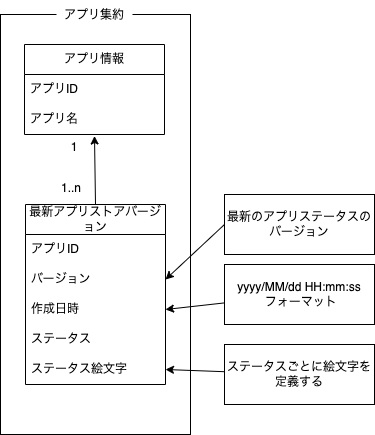
This is docs/domain_modeling.drawio.png from kamimi01/iOSAppReviewStatusCheckerGCP, a draw.io export, as it was before one commit. Source tidied: cells renumbered, new cells last; positions are measured from the earlier drawing's top-left corner, leaving out a move shared by most shapes. Its diagram source:
```xml
<mxGraphModel background="#ffffff">
  <root>
    <mxCell id="0" />
    <mxCell id="1" parent="0" />
    <mxCell id="2" style="rounded=0;whiteSpace=wrap;html=1;fillColor=default;" parent="1" vertex="1">
      <mxGeometry y="14" width="190" height="420" as="geometry" />
    </mxCell>
    <mxCell id="3" value="アプリ情報" style="swimlane;fontStyle=0;horizontal=1;startSize=30;whiteSpace=wrap;html=1;fillColor=default;" parent="1" vertex="1">
      <mxGeometry x="24" y="44" width="140" height="90" as="geometry" />
    </mxCell>
    <mxCell id="4" value="アプリID" style="text;strokeColor=none;fillColor=none;align=left;verticalAlign=middle;spacingLeft=4;spacingRight=4;overflow=hidden;whiteSpace=wrap;html=1;" parent="3" vertex="1">
      <mxGeometry y="30" width="140" height="30" as="geometry" />
    </mxCell>
    <mxCell id="5" value="アプリ名" style="text;strokeColor=none;fillColor=none;align=left;verticalAlign=middle;spacingLeft=4;spacingRight=4;overflow=hidden;points=[[0,0.5],[1,0.5]];portConstraint=eastwest;whiteSpace=wrap;html=1;" parent="3" vertex="1">
      <mxGeometry y="60" width="140" height="30" as="geometry" />
    </mxCell>
    <mxCell id="6" style="edgeStyle=none;html=1;entryX=1;entryY=0.5;entryDx=0;entryDy=0;" parent="1" edge="1" source="8">
      <mxGeometry relative="1" as="geometry" />
    </mxCell>
    <mxCell id="7" style="edgeStyle=none;html=1;entryX=1;entryY=0.5;entryDx=0;entryDy=0;" parent="1" edge="1" source="8" target="17">
      <mxGeometry relative="1" as="geometry" />
    </mxCell>
    <mxCell id="8" value="yyyy/MM/dd HH:mm:ss&lt;br&gt;&amp;nbsp;フォーマット" style="rounded=0;whiteSpace=wrap;html=1;fillColor=default;" parent="1" vertex="1">
      <mxGeometry x="224" y="264" width="150" height="60" as="geometry" />
    </mxCell>
    <mxCell id="9" style="edgeStyle=none;html=1;entryX=1;entryY=0.5;entryDx=0;entryDy=0;" parent="1" edge="1" source="11">
      <mxGeometry relative="1" as="geometry" />
    </mxCell>
    <mxCell id="10" style="edgeStyle=none;html=1;entryX=1;entryY=0.5;entryDx=0;entryDy=0;" parent="1" edge="1" source="11" target="19">
      <mxGeometry relative="1" as="geometry" />
    </mxCell>
    <mxCell id="11" value="ステータスごとに絵文字を&lt;br&gt;定義する" style="rounded=0;whiteSpace=wrap;html=1;fillColor=default;" parent="1" vertex="1">
      <mxGeometry x="224" y="344" width="150" height="60" as="geometry" />
    </mxCell>
    <mxCell id="12" value="アプリ集約" style="text;html=1;strokeColor=none;fillColor=default;align=center;verticalAlign=middle;whiteSpace=wrap;rounded=0;" parent="1" vertex="1">
      <mxGeometry x="56" width="76" height="30" as="geometry" />
    </mxCell>
    <mxCell id="13" style="edgeStyle=none;html=1;exitX=0.5;exitY=0;exitDx=0;exitDy=0;entryX=0.5;entryY=1.05;entryDx=0;entryDy=0;entryPerimeter=0;" parent="1" edge="1" source="14" target="5">
      <mxGeometry relative="1" as="geometry" />
    </mxCell>
    <mxCell id="14" value="最新アプリストアバージョン" style="swimlane;fontStyle=0;horizontal=1;startSize=30;whiteSpace=wrap;html=1;fillColor=default;" parent="1" vertex="1">
      <mxGeometry x="25" y="204" width="140" height="180" as="geometry" />
    </mxCell>
    <mxCell id="15" value="アプリID" style="text;strokeColor=none;fillColor=none;align=left;verticalAlign=middle;spacingLeft=4;spacingRight=4;overflow=hidden;whiteSpace=wrap;html=1;" parent="14" vertex="1">
      <mxGeometry y="30" width="140" height="30" as="geometry" />
    </mxCell>
    <mxCell id="16" value="バージョン" style="text;strokeColor=none;fillColor=none;align=left;verticalAlign=middle;spacingLeft=4;spacingRight=4;overflow=hidden;points=[[0,0.5],[1,0.5]];portConstraint=eastwest;whiteSpace=wrap;html=1;" parent="14" vertex="1">
      <mxGeometry y="60" width="140" height="30" as="geometry" />
    </mxCell>
    <mxCell id="17" value="作成日時" style="text;strokeColor=none;fillColor=none;align=left;verticalAlign=middle;spacingLeft=4;spacingRight=4;overflow=hidden;points=[[0,0.5],[1,0.5]];portConstraint=eastwest;whiteSpace=wrap;html=1;" parent="14" vertex="1">
      <mxGeometry y="90" width="140" height="30" as="geometry" />
    </mxCell>
    <mxCell id="18" value="ステータス" style="text;strokeColor=none;fillColor=none;align=left;verticalAlign=middle;spacingLeft=4;spacingRight=4;overflow=hidden;whiteSpace=wrap;html=1;" parent="14" vertex="1">
      <mxGeometry y="120" width="140" height="30" as="geometry" />
    </mxCell>
    <mxCell id="19" value="ステータス絵文字" style="text;strokeColor=none;fillColor=none;align=left;verticalAlign=middle;spacingLeft=4;spacingRight=4;overflow=hidden;points=[[0,0.5],[1,0.5]];portConstraint=eastwest;whiteSpace=wrap;html=1;" parent="14" vertex="1">
      <mxGeometry y="150" width="140" height="30" as="geometry" />
    </mxCell>
    <mxCell id="20" value="1&lt;br&gt;" style="text;html=1;strokeColor=none;fillColor=none;align=center;verticalAlign=middle;whiteSpace=wrap;rounded=0;" parent="1" vertex="1">
      <mxGeometry x="56" y="137" width="36" height="20" as="geometry" />
    </mxCell>
    <mxCell id="21" value="1..n" style="text;html=1;strokeColor=none;fillColor=none;align=center;verticalAlign=middle;whiteSpace=wrap;rounded=0;" parent="1" vertex="1">
      <mxGeometry x="50" y="178" width="42" height="20" as="geometry" />
    </mxCell>
    <mxCell id="22" style="edgeStyle=none;html=1;exitX=0;exitY=0.5;exitDx=0;exitDy=0;entryX=1;entryY=0.5;entryDx=0;entryDy=0;" parent="1" edge="1" source="23" target="16">
      <mxGeometry relative="1" as="geometry" />
    </mxCell>
    <mxCell id="23" value="最新のアプリステータスのバージョン" style="rounded=0;whiteSpace=wrap;html=1;fillColor=default;" parent="1" vertex="1">
      <mxGeometry x="224" y="194" width="150" height="60" as="geometry" />
    </mxCell>
  </root>
</mxGraphModel>
```
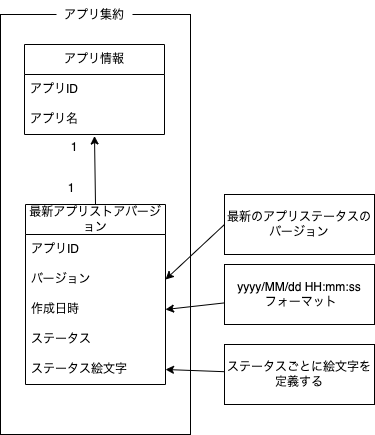
The same file after the commit.

Commit message:
docs: change domain modeling

Diff of the diagram source:
```diff
@@ -59,7 +59,7 @@
     <mxCell id="20" value="1&lt;br&gt;" style="text;html=1;strokeColor=none;fillColor=none;align=center;verticalAlign=middle;whiteSpace=wrap;rounded=0;" parent="1" vertex="1">
       <mxGeometry x="56" y="137" width="36" height="20" as="geometry" />
     </mxCell>
-    <mxCell id="21" value="1..n" style="text;html=1;strokeColor=none;fillColor=none;align=center;verticalAlign=middle;whiteSpace=wrap;rounded=0;" parent="1" vertex="1">
+    <mxCell id="21" value="1" style="text;html=1;strokeColor=none;fillColor=none;align=center;verticalAlign=middle;whiteSpace=wrap;rounded=0;" parent="1" vertex="1">
       <mxGeometry x="50" y="178" width="42" height="20" as="geometry" />
     </mxCell>
     <mxCell id="22" style="edgeStyle=none;html=1;exitX=0;exitY=0.5;exitDx=0;exitDy=0;entryX=1;entryY=0.5;entryDx=0;entryDy=0;" parent="1" edge="1" source="23" target="16">
```
